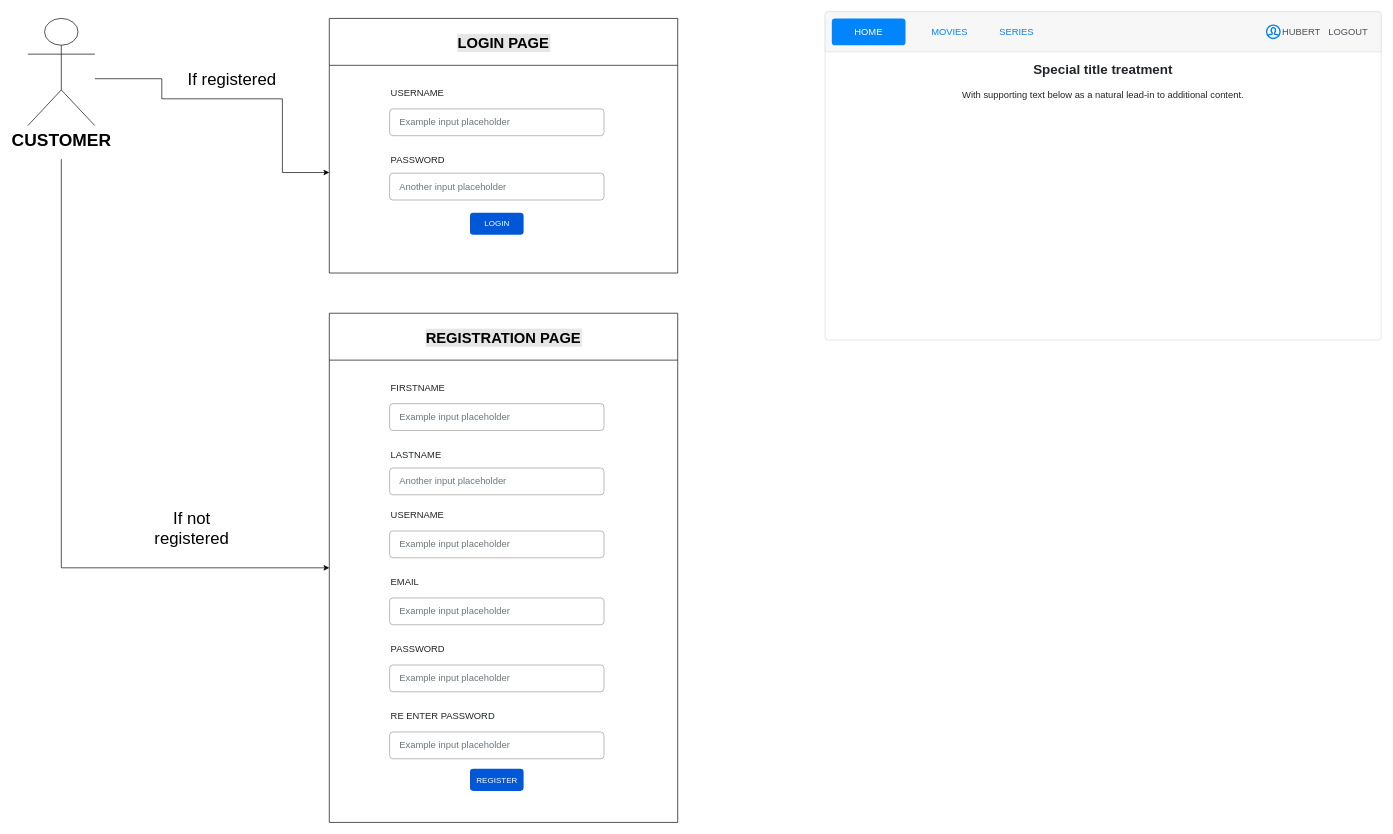
This is src/main/resources/templates/Untitled Diagram.drawio from bertorepo/forum-app, a draw.io file, before an edit. Source tidied: cells renumbered, new cells numbered last; positions are measured from the earlier drawing's top-left corner, leaving out a move shared by most shapes. Both pictures are drawn from the tidied source at 67%, with x=0, y=0 at pixel (27, 11). Pictures stored in the file or linked from it are replaced by grey dashed boxes.
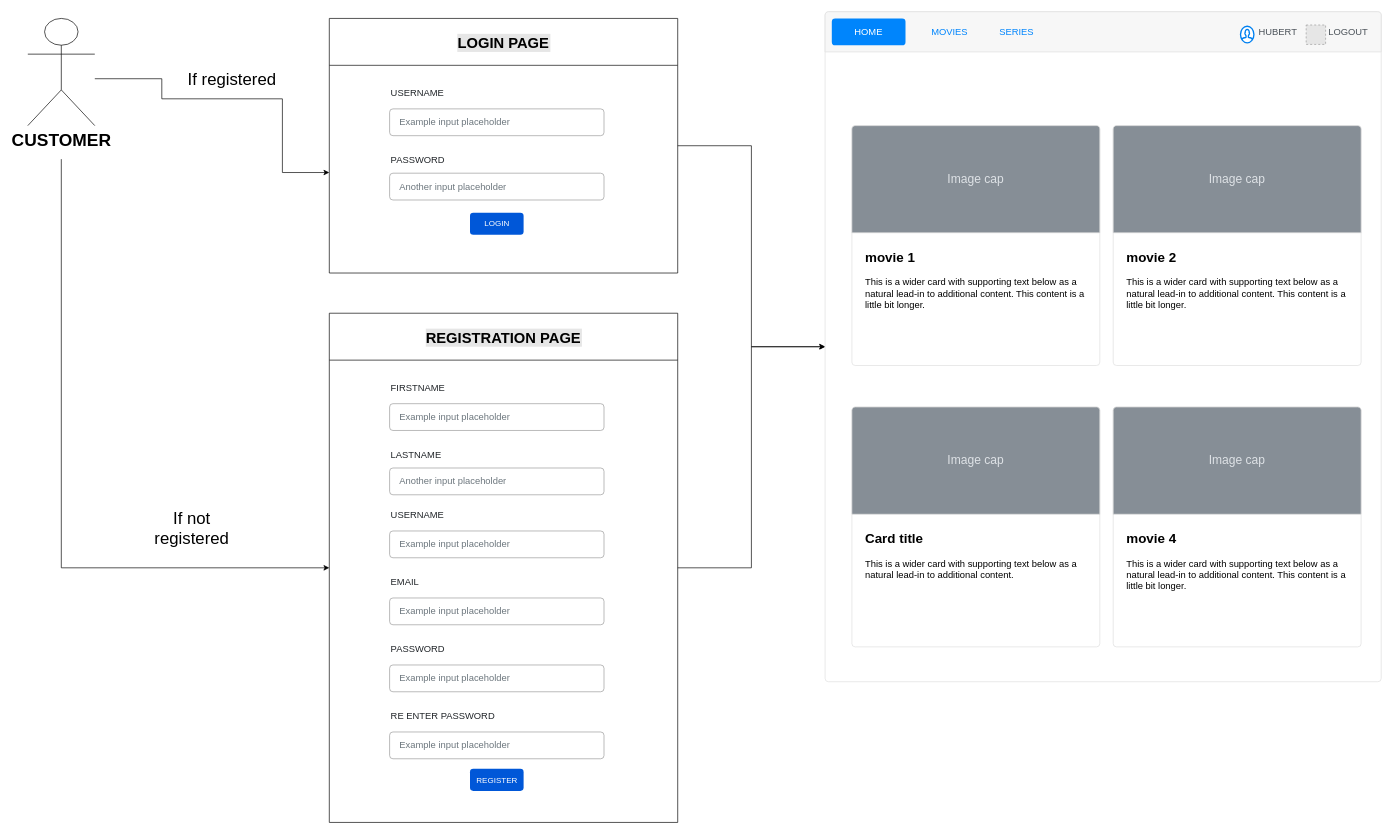
Above is the later version.

The change refers to these unchanged cells:
```xml
<mxCell id="5" value="LOGIN PAGE" style="swimlane;fontSize=22;startSize=70;labelBackgroundColor=#E6E6E6;" parent="1" vertex="1">
  <mxGeometry x="450" y="10" width="520" height="380" as="geometry" />
</mxCell>
<mxCell id="11" value="REGISTRATION PAGE" style="swimlane;fontSize=22;startSize=70;labelBackgroundColor=#E6E6E6;" parent="1" vertex="1">
  <mxGeometry x="450" y="450" width="520" height="760" as="geometry" />
</mxCell>
```

The edit, as a diff of the source:
```diff
@@
+    <mxCell id="36" style="edgeStyle=orthogonalEdgeStyle;rounded=0;jettySize=auto;html=1;fontSize=25;fontColor=#007FFF;" parent="1" edge="1" source="5" target="27">
+      <mxGeometry relative="1" as="geometry" />
+    </mxCell>
@@
+    <mxCell id="37" style="edgeStyle=orthogonalEdgeStyle;rounded=0;jettySize=auto;html=1;fontSize=25;fontColor=#007FFF;" parent="1" edge="1" source="11" target="27">
+      <mxGeometry relative="1" as="geometry" />
+    </mxCell>
@@
     <mxCell id="27" style="html=1;shadow=0;dashed=0;shape=mxgraph.bootstrap.rrect;rSize=5;strokeColor=#DFDFDF;html=1;whiteSpace=wrap;fillColor=#FFFFFF;fontColor=#000000;labelBackgroundColor=none;fontSize=25;align=center;" parent="1" vertex="1">
-      <mxGeometry x="1190" width="830" height="490" as="geometry" />
+      <mxGeometry x="1190" width="830" height="1000" as="geometry" />
     </mxCell>
@@
-    <mxCell id="32" value="&lt;b&gt;&lt;font style=&quot;font-size: 20px&quot;&gt;Special title treatment&lt;/font&gt;&lt;/b&gt;&lt;br style=&quot;font-size: 14px&quot;&gt;&lt;br style=&quot;font-size: 14px&quot;&gt;With supporting text below as a natural lead-in to additional content." style="perimeter=none;html=1;whiteSpace=wrap;fillColor=none;strokeColor=none;verticalAlign=top;align=center;spacing=20;spacingTop=-10;fontSize=14;fontColor=#212529;" parent="27" vertex="1">
-      <mxGeometry width="830" height="120" relative="1" as="geometry">
-        <mxPoint y="60" as="offset" />
-      </mxGeometry>
-    </mxCell>
     <mxCell id="33" value="HUBERT" style="strokeColor=none;fillColor=none;rSize=5;perimeter=none;whiteSpace=wrap;align=center;spacing=20;fontSize=14;fontColor=#0085FC;fontColor=#4B5259;" parent="27" vertex="1">
       <mxGeometry width="62.25" height="40" relative="1" as="geometry">
-        <mxPoint x="680" y="10" as="offset" />
+        <mxPoint x="645" y="10" as="offset" />
       </mxGeometry>
     </mxCell>
@@
     <mxCell id="35" style="html=1;verticalLabelPosition=bottom;align=center;labelBackgroundColor=#ffffff;verticalAlign=top;strokeWidth=2;strokeColor=#0080F0;shadow=0;dashed=0;shape=mxgraph.ios7.icons.user;fontSize=25;" parent="27" vertex="1">
-      <mxGeometry x="659" y="20" width="20" height="20" as="geometry" />
+      <mxGeometry x="620" y="21.7" width="20" height="24.7" as="geometry" />
     </mxCell>
+    <mxCell id="38" style="fillColor=#E6E6E6;strokeColor=#999999;dashed=1;html=1;verticalAlign=top;verticalLabelPosition=bottom;labelBackgroundColor=#ffffff;fontSize=25;align=center;fontColor=#007FFF;" parent="27" vertex="1">
+      <mxGeometry x="718" y="19.8" width="29" height="29" as="geometry" />
+    </mxCell>
+    <mxCell id="39" value="&lt;span style=&quot;font-size: 20px&quot;&gt;&lt;b&gt;movie 1&lt;/b&gt;&lt;/span&gt;&lt;br&gt;&lt;br&gt;This is a wider card with supporting text below as a natural lead-in to additional content. This content is a little bit longer." style="html=1;shadow=0;dashed=0;shape=mxgraph.bootstrap.rrect;rSize=5;strokeColor=#DFDFDF;html=1;whiteSpace=wrap;fillColor=#ffffff;fontColor=#000000;verticalAlign=top;align=left;spacing=20;spacingBottom=0;fontSize=14;spacingTop=160;labelBackgroundColor=none;" parent="27" vertex="1">
+      <mxGeometry x="40" y="170" width="370" height="358" as="geometry" />
+    </mxCell>
+    <mxCell id="40" value="Image cap" style="html=1;shadow=0;dashed=0;shape=mxgraph.bootstrap.topButton;rSize=5;perimeter=none;whiteSpace=wrap;fillColor=#868E96;strokeColor=#DFDFDF;fontColor=#DEE2E6;fontSize=18;" parent="39" vertex="1">
+      <mxGeometry width="370" height="160" relative="1" as="geometry" />
+    </mxCell>
+    <mxCell id="41" value="&lt;b&gt;&lt;font style=&quot;font-size: 20px&quot;&gt;movie 2&lt;/font&gt;&lt;/b&gt;&lt;br&gt;&lt;br&gt;This is a wider card with supporting text below as a natural lead-in to additional content. This content is a little bit longer." style="html=1;shadow=0;dashed=0;shape=mxgraph.bootstrap.rrect;rSize=5;strokeColor=#DFDFDF;html=1;whiteSpace=wrap;fillColor=#ffffff;fontColor=#000000;verticalAlign=top;align=left;spacing=20;spacingBottom=0;fontSize=14;spacingTop=160;labelBackgroundColor=none;" parent="27" vertex="1">
+      <mxGeometry x="430" y="170" width="370" height="358" as="geometry" />
+    </mxCell>
+    <mxCell id="42" value="Image cap" style="html=1;shadow=0;dashed=0;shape=mxgraph.bootstrap.topButton;rSize=5;perimeter=none;whiteSpace=wrap;fillColor=#868E96;strokeColor=#DFDFDF;fontColor=#DEE2E6;fontSize=18;" parent="41" vertex="1">
+      <mxGeometry width="370" height="160" relative="1" as="geometry" />
+    </mxCell>
+    <mxCell id="43" value="&lt;b&gt;&lt;font style=&quot;font-size: 20px&quot;&gt;movie 4&lt;/font&gt;&lt;/b&gt;&lt;br&gt;&lt;br&gt;This is a wider card with supporting text below as a natural lead-in to additional content. This content is a little bit longer." style="html=1;shadow=0;dashed=0;shape=mxgraph.bootstrap.rrect;rSize=5;strokeColor=#DFDFDF;html=1;whiteSpace=wrap;fillColor=#ffffff;fontColor=#000000;verticalAlign=top;align=left;spacing=20;spacingBottom=0;fontSize=14;spacingTop=160;labelBackgroundColor=none;" parent="27" vertex="1">
+      <mxGeometry x="430" y="590" width="370" height="358" as="geometry" />
+    </mxCell>
+    <mxCell id="44" value="Image cap" style="html=1;shadow=0;dashed=0;shape=mxgraph.bootstrap.topButton;rSize=5;perimeter=none;whiteSpace=wrap;fillColor=#868E96;strokeColor=#DFDFDF;fontColor=#DEE2E6;fontSize=18;" parent="43" vertex="1">
+      <mxGeometry width="370" height="160" relative="1" as="geometry" />
+    </mxCell>
+    <mxCell id="45" value="&lt;b&gt;&lt;font style=&quot;font-size: 20px&quot;&gt;Card title&lt;/font&gt;&lt;/b&gt;&lt;br&gt;&lt;br&gt;This is a wider card with supporting text below as a natural lead-in to additional content." style="html=1;shadow=0;dashed=0;shape=mxgraph.bootstrap.rrect;rSize=5;strokeColor=#DFDFDF;html=1;whiteSpace=wrap;fillColor=#ffffff;fontColor=#000000;verticalAlign=top;align=left;spacing=20;spacingBottom=0;fontSize=14;spacingTop=160;labelBackgroundColor=none;" parent="27" vertex="1">
+      <mxGeometry x="40" y="590" width="370" height="358" as="geometry" />
+    </mxCell>
+    <mxCell id="46" value="Image cap" style="html=1;shadow=0;dashed=0;shape=mxgraph.bootstrap.topButton;rSize=5;perimeter=none;whiteSpace=wrap;fillColor=#868E96;strokeColor=#DFDFDF;fontColor=#DEE2E6;fontSize=18;" parent="45" vertex="1">
+      <mxGeometry width="370" height="160" relative="1" as="geometry" />
+    </mxCell>
```
